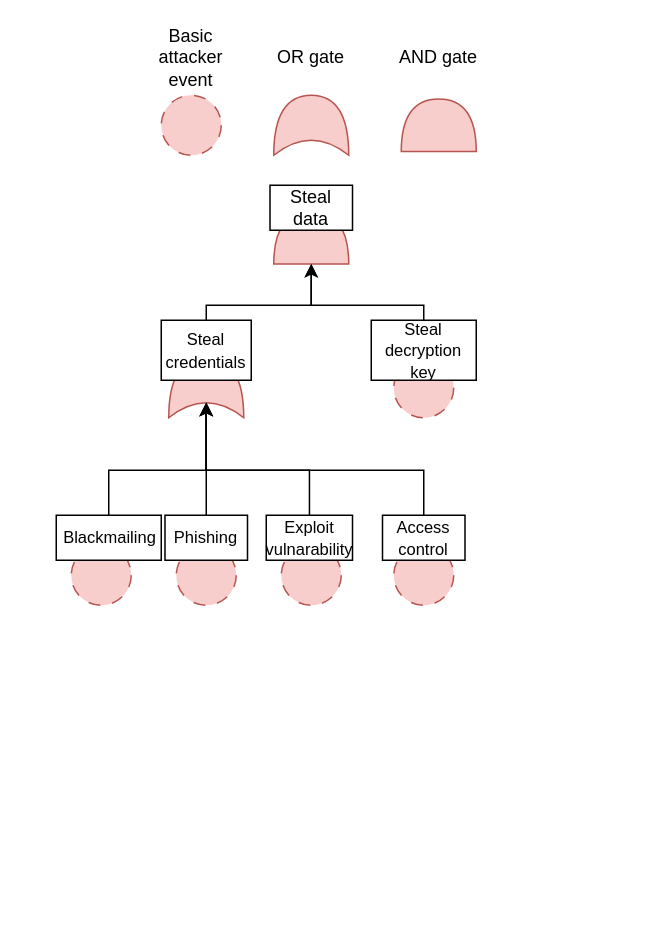
Above: AT_example.drawio in AplyQ8/SUBD (draw.io), before the change. Source tidied: cells renumbered, new cells numbered last; positions are measured from the earlier drawing's top-left corner, leaving out a move shared by most shapes. Both pictures are drawn from the tidied source at 150%, with x=0, y=0 at pixel (56, 34).
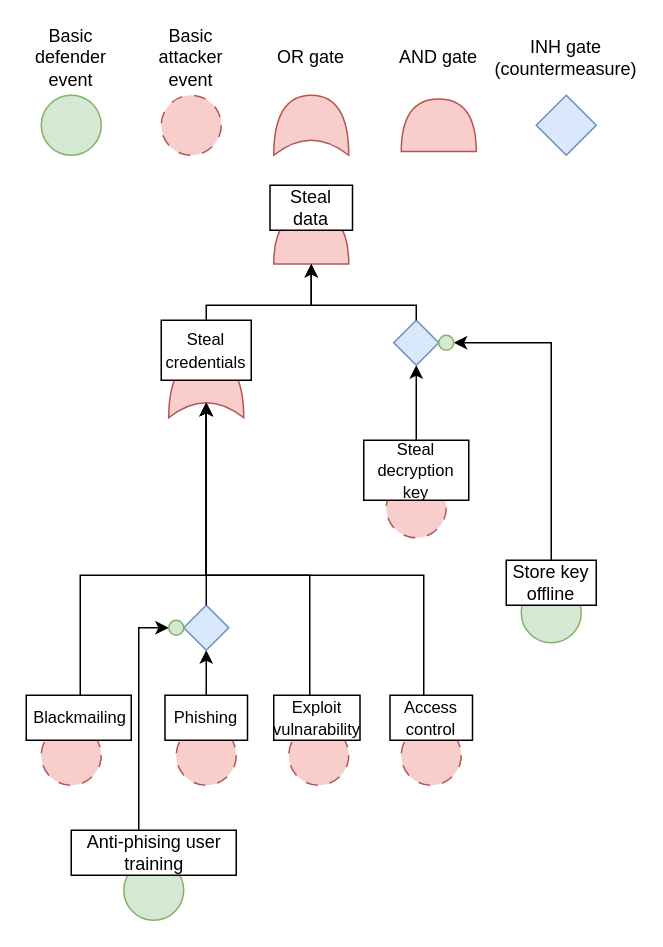
After the change.

The change refers to these unchanged cells:
```xml
<mxCell id="8" style="shape=or;whiteSpace=wrap;html=1;rotation=-90;fillColor=#f8cecc;strokeColor=#b85450;" parent="1" vertex="1">
  <mxGeometry x="152.5" y="110" width="35" height="50" as="geometry" />
</mxCell>
<mxCell id="9" style="shape=xor;whiteSpace=wrap;html=1;rotation=-90;fillColor=#f8cecc;strokeColor=#b85450;" parent="1" vertex="1">
  <mxGeometry x="80" y="210" width="40" height="50" as="geometry" />
</mxCell>
```

What changed in the source:
```diff
@@
     <mxCell id="10" style="ellipse;whiteSpace=wrap;html=1;fillColor=#f8cecc;strokeColor=#b85450;dashed=1;dashPattern=8 8;" parent="1" vertex="1">
-      <mxGeometry x="225" y="215" width="40" height="40" as="geometry" />
+      <mxGeometry x="220" y="295" width="40" height="40" as="geometry" />
     </mxCell>
     <mxCell id="11" style="ellipse;whiteSpace=wrap;html=1;fillColor=#f8cecc;strokeColor=#b85450;dashed=1;dashPattern=8 8;" parent="1" vertex="1">
-      <mxGeometry x="225" y="340" width="40" height="40" as="geometry" />
+      <mxGeometry x="230" y="460" width="40" height="40" as="geometry" />
     </mxCell>
     <mxCell id="12" style="ellipse;whiteSpace=wrap;html=1;fillColor=#f8cecc;strokeColor=#b85450;dashed=1;dashPattern=8 8;" parent="1" vertex="1">
-      <mxGeometry x="150" y="340" width="40" height="40" as="geometry" />
+      <mxGeometry x="155" y="460" width="40" height="40" as="geometry" />
     </mxCell>
     <mxCell id="13" style="ellipse;whiteSpace=wrap;html=1;fillColor=#f8cecc;strokeColor=#b85450;dashed=1;dashPattern=8 8;" parent="1" vertex="1">
-      <mxGeometry x="80" y="340" width="40" height="40" as="geometry" />
+      <mxGeometry x="80" y="460" width="40" height="40" as="geometry" />
     </mxCell>
     <mxCell id="14" style="ellipse;whiteSpace=wrap;html=1;fillColor=#f8cecc;strokeColor=#b85450;dashed=1;dashPattern=8 8;" parent="1" vertex="1">
-      <mxGeometry x="10" y="340" width="40" height="40" as="geometry" />
+      <mxGeometry x="-10" y="460" width="40" height="40" as="geometry" />
     </mxCell>
     <mxCell id="15" style="rounded=0;whiteSpace=wrap;html=1;" parent="1" vertex="1">
-      <mxGeometry y="320" width="70" height="30" as="geometry" />
+      <mxGeometry x="-20" y="440" width="70" height="30" as="geometry" />
     </mxCell>
     <mxCell id="16" style="rounded=0;whiteSpace=wrap;html=1;" parent="1" vertex="1">
-      <mxGeometry x="72.5" y="320" width="55" height="30" as="geometry" />
+      <mxGeometry x="72.5" y="440" width="55" height="30" as="geometry" />
     </mxCell>
     <mxCell id="17" style="rounded=0;whiteSpace=wrap;html=1;" parent="1" vertex="1">
-      <mxGeometry x="140" y="320" width="57.5" height="30" as="geometry" />
+      <mxGeometry x="145" y="440" width="57.5" height="30" as="geometry" />
     </mxCell>
     <mxCell id="18" style="rounded=0;whiteSpace=wrap;html=1;" parent="1" vertex="1">
-      <mxGeometry x="217.5" y="320" width="55" height="30" as="geometry" />
+      <mxGeometry x="222.5" y="440" width="55" height="30" as="geometry" />
     </mxCell>
@@
+    <mxCell id="35" style="edgeStyle=orthogonalEdgeStyle;rounded=0;jettySize=auto;html=1;entryX=0.5;entryY=1;entryDx=0;entryDy=0;" parent="1" edge="1" source="21" target="42">
+      <mxGeometry relative="1" as="geometry" />
+    </mxCell>
     <mxCell id="21" style="rounded=0;whiteSpace=wrap;html=1;" parent="1" vertex="1">
-      <mxGeometry x="210" y="190" width="70" height="40" as="geometry" />
+      <mxGeometry x="205" y="270" width="70" height="40" as="geometry" />
     </mxCell>
@@
     <mxCell id="24" value="&lt;font style=&quot;font-size: 11px;&quot;&gt;Steal decryption key&lt;/font&gt;" style="text;html=1;align=center;verticalAlign=middle;whiteSpace=wrap;rounded=0;" parent="1" vertex="1">
-      <mxGeometry x="221" y="195" width="48" height="30" as="geometry" />
+      <mxGeometry x="216" y="275" width="48" height="30" as="geometry" />
     </mxCell>
     <mxCell id="25" value="&lt;font style=&quot;font-size: 11px;&quot;&gt;Blackmailing&lt;/font&gt;" style="text;html=1;align=center;verticalAlign=middle;whiteSpace=wrap;rounded=0;" parent="1" vertex="1">
-      <mxGeometry x="12" y="320" width="48" height="30" as="geometry" />
+      <mxGeometry x="-8" y="440" width="48" height="30" as="geometry" />
     </mxCell>
+    <mxCell id="36" style="edgeStyle=orthogonalEdgeStyle;rounded=0;jettySize=auto;html=1;entryX=0.5;entryY=1;entryDx=0;entryDy=0;" parent="1" edge="1" source="26" target="41">
+      <mxGeometry relative="1" as="geometry" />
+    </mxCell>
     <mxCell id="26" value="&lt;font style=&quot;font-size: 11px;&quot;&gt;Phishing&lt;/font&gt;" style="text;html=1;align=center;verticalAlign=middle;whiteSpace=wrap;rounded=0;" parent="1" vertex="1">
-      <mxGeometry x="76" y="320" width="48" height="30" as="geometry" />
+      <mxGeometry x="76" y="440" width="48" height="30" as="geometry" />
     </mxCell>
     <mxCell id="27" value="&lt;font style=&quot;font-size: 11px;&quot;&gt;Exploit vulnarability&lt;/font&gt;" style="text;html=1;align=center;verticalAlign=middle;whiteSpace=wrap;rounded=0;" parent="1" vertex="1">
-      <mxGeometry x="144.8" y="320" width="48" height="30" as="geometry" />
+      <mxGeometry x="149.8" y="440" width="48" height="30" as="geometry" />
     </mxCell>
     <mxCell id="28" value="&lt;font style=&quot;font-size: 11px;&quot;&gt;Access control&lt;/font&gt;" style="text;html=1;align=center;verticalAlign=middle;whiteSpace=wrap;rounded=0;" parent="1" vertex="1">
-      <mxGeometry x="221" y="320" width="48" height="30" as="geometry" />
+      <mxGeometry x="226" y="440" width="48" height="30" as="geometry" />
     </mxCell>
-    <mxCell id="29" style="edgeStyle=orthogonalEdgeStyle;rounded=0;jettySize=auto;html=1;entryX=0.25;entryY=0.5;entryDx=0;entryDy=0;entryPerimeter=0;" parent="1" edge="1" source="15" target="9">
-      <mxGeometry relative="1" as="geometry">
-        <Array as="points">
-          <mxPoint x="35" y="290" />
-          <mxPoint x="100" y="290" />
-        </Array>
-      </mxGeometry>
-    </mxCell>
-    <mxCell id="30" style="edgeStyle=orthogonalEdgeStyle;rounded=0;jettySize=auto;html=1;entryX=0.25;entryY=0.5;entryDx=0;entryDy=0;entryPerimeter=0;" parent="1" edge="1" source="26" target="9">
-      <mxGeometry relative="1" as="geometry" />
-    </mxCell>
     <mxCell id="31" style="edgeStyle=orthogonalEdgeStyle;rounded=0;jettySize=auto;html=1;entryX=0.25;entryY=0.5;entryDx=0;entryDy=0;entryPerimeter=0;" parent="1" edge="1" source="27" target="9">
       <mxGeometry relative="1" as="geometry">
         <Array as="points">
-          <mxPoint x="169" y="290" />
-          <mxPoint x="100" y="290" />
+          <mxPoint x="169" y="360" />
+          <mxPoint x="100" y="360" />
         </Array>
       </mxGeometry>
     </mxCell>
     <mxCell id="32" style="edgeStyle=orthogonalEdgeStyle;rounded=0;jettySize=auto;html=1;entryX=0.25;entryY=0.5;entryDx=0;entryDy=0;entryPerimeter=0;" parent="1" edge="1" source="28" target="9">
       <mxGeometry relative="1" as="geometry">
         <Array as="points">
-          <mxPoint x="245" y="290" />
-          <mxPoint x="100" y="290" />
+          <mxPoint x="245" y="360" />
+          <mxPoint x="100" y="360" />
         </Array>
       </mxGeometry>
     </mxCell>
@@
-    <mxCell id="34" style="edgeStyle=orthogonalEdgeStyle;rounded=0;jettySize=auto;html=1;entryX=0;entryY=0.5;entryDx=0;entryDy=0;entryPerimeter=0;" parent="1" edge="1" source="21" target="8">
-      <mxGeometry relative="1" as="geometry">
-        <Array as="points">
-          <mxPoint x="245" y="180" />
-          <mxPoint x="170" y="180" />
-        </Array>
-      </mxGeometry>
-    </mxCell>
+    <mxCell id="37" style="rhombus;whiteSpace=wrap;html=1;fillColor=#dae8fc;strokeColor=#6c8ebf;" parent="1" vertex="1">
+      <mxGeometry x="320" y="40" width="40" height="40" as="geometry" />
+    </mxCell>
+    <mxCell id="38" value="INH gate&lt;div&gt;(countermeasure)&lt;/div&gt;" style="text;html=1;align=center;verticalAlign=middle;whiteSpace=wrap;rounded=0;" parent="1" vertex="1">
+      <mxGeometry x="310" width="60" height="30" as="geometry" />
+    </mxCell>
+    <mxCell id="39" style="ellipse;whiteSpace=wrap;html=1;fillColor=#d5e8d4;strokeColor=#82b366;" parent="1" vertex="1">
+      <mxGeometry x="-10" y="40" width="40" height="40" as="geometry" />
+    </mxCell>
+    <mxCell id="40" value="Basic defender event" style="text;html=1;align=center;verticalAlign=middle;whiteSpace=wrap;rounded=0;" parent="1" vertex="1">
+      <mxGeometry x="-20" width="60" height="30" as="geometry" />
+    </mxCell>
+    <mxCell id="41" style="rhombus;whiteSpace=wrap;html=1;fillColor=#dae8fc;strokeColor=#6c8ebf;" parent="1" vertex="1">
+      <mxGeometry x="85" y="380" width="30" height="30" as="geometry" />
+    </mxCell>
+    <mxCell id="42" style="rhombus;whiteSpace=wrap;html=1;fillColor=#dae8fc;strokeColor=#6c8ebf;" parent="1" vertex="1">
+      <mxGeometry x="225" y="190" width="30" height="30" as="geometry" />
+    </mxCell>
+    <mxCell id="43" style="edgeStyle=orthogonalEdgeStyle;rounded=0;jettySize=auto;html=1;entryX=0;entryY=0.5;entryDx=0;entryDy=0;entryPerimeter=0;" parent="1" edge="1" source="42" target="8">
+      <mxGeometry relative="1" as="geometry">
+        <Array as="points">
+          <mxPoint x="240" y="180" />
+          <mxPoint x="170" y="180" />
+        </Array>
+      </mxGeometry>
+    </mxCell>
+    <mxCell id="44" style="edgeStyle=orthogonalEdgeStyle;rounded=0;jettySize=auto;html=1;entryX=0.25;entryY=0.5;entryDx=0;entryDy=0;entryPerimeter=0;" parent="1" edge="1" source="41" target="9">
+      <mxGeometry relative="1" as="geometry" />
+    </mxCell>
+    <mxCell id="45" style="edgeStyle=orthogonalEdgeStyle;rounded=0;jettySize=auto;html=1;entryX=0.25;entryY=0.5;entryDx=0;entryDy=0;entryPerimeter=0;" parent="1" edge="1" source="25" target="9">
+      <mxGeometry relative="1" as="geometry">
+        <Array as="points">
+          <mxPoint x="16" y="360" />
+          <mxPoint x="100" y="360" />
+        </Array>
+      </mxGeometry>
+    </mxCell>
+    <mxCell id="46" style="ellipse;whiteSpace=wrap;html=1;fillColor=#d5e8d4;strokeColor=#82b366;" parent="1" vertex="1">
+      <mxGeometry x="310" y="365" width="40" height="40" as="geometry" />
+    </mxCell>
+    <mxCell id="47" style="ellipse;whiteSpace=wrap;html=1;fillColor=#d5e8d4;strokeColor=#82b366;" parent="1" vertex="1">
+      <mxGeometry x="45" y="550" width="40" height="40" as="geometry" />
+    </mxCell>
+    <mxCell id="48" style="rounded=0;whiteSpace=wrap;html=1;" parent="1" vertex="1">
+      <mxGeometry x="10" y="530" width="110" height="30" as="geometry" />
+    </mxCell>
+    <mxCell id="49" style="rounded=0;whiteSpace=wrap;html=1;" parent="1" vertex="1">
+      <mxGeometry x="300" y="350" width="60" height="30" as="geometry" />
+    </mxCell>
+    <mxCell id="50" style="edgeStyle=orthogonalEdgeStyle;rounded=0;jettySize=auto;html=1;entryX=1;entryY=0.5;entryDx=0;entryDy=0;" parent="1" edge="1" source="51" target="54">
+      <mxGeometry relative="1" as="geometry">
+        <Array as="points">
+          <mxPoint x="330" y="205" />
+        </Array>
+      </mxGeometry>
+    </mxCell>
+    <mxCell id="51" value="Store key offline" style="text;html=1;align=center;verticalAlign=middle;whiteSpace=wrap;rounded=0;" parent="1" vertex="1">
+      <mxGeometry x="300" y="350" width="60" height="30" as="geometry" />
+    </mxCell>
+    <mxCell id="52" style="edgeStyle=orthogonalEdgeStyle;rounded=0;jettySize=auto;html=1;entryX=0;entryY=0.5;entryDx=0;entryDy=0;" parent="1" edge="1" source="53" target="55">
+      <mxGeometry relative="1" as="geometry">
+        <Array as="points">
+          <mxPoint x="55" y="395" />
+        </Array>
+      </mxGeometry>
+    </mxCell>
+    <mxCell id="53" value="Anti-phising user training" style="text;html=1;align=center;verticalAlign=middle;whiteSpace=wrap;rounded=0;" parent="1" vertex="1">
+      <mxGeometry x="17.5" y="530" width="95" height="30" as="geometry" />
+    </mxCell>
+    <mxCell id="54" style="ellipse;whiteSpace=wrap;html=1;fillColor=#d5e8d4;strokeColor=#82b366;" parent="1" vertex="1">
+      <mxGeometry x="255" y="200" width="10" height="10" as="geometry" />
+    </mxCell>
+    <mxCell id="55" style="ellipse;whiteSpace=wrap;html=1;fillColor=#d5e8d4;strokeColor=#82b366;" parent="1" vertex="1">
+      <mxGeometry x="75" y="390" width="10" height="10" as="geometry" />
+    </mxCell>
```
